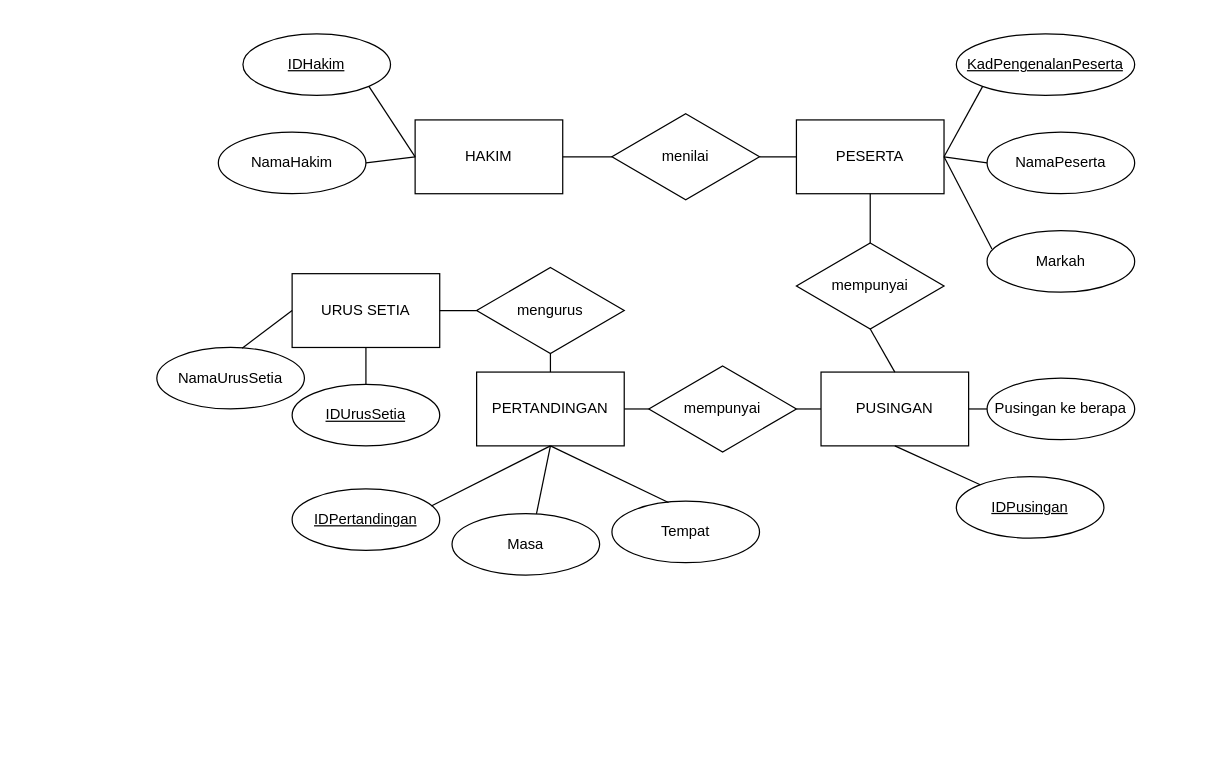
Above: page "Page-2" (2 of 2) of SKProject.drawio in EzraChai/py (draw.io), before the change. Source tidied: cells renumbered, new cells numbered last; positions are measured from the earlier drawing's top-left corner, leaving out a move shared by most shapes. Both pictures are drawn from the tidied source at 123%, with x=0, y=0 at pixel (156, 33).
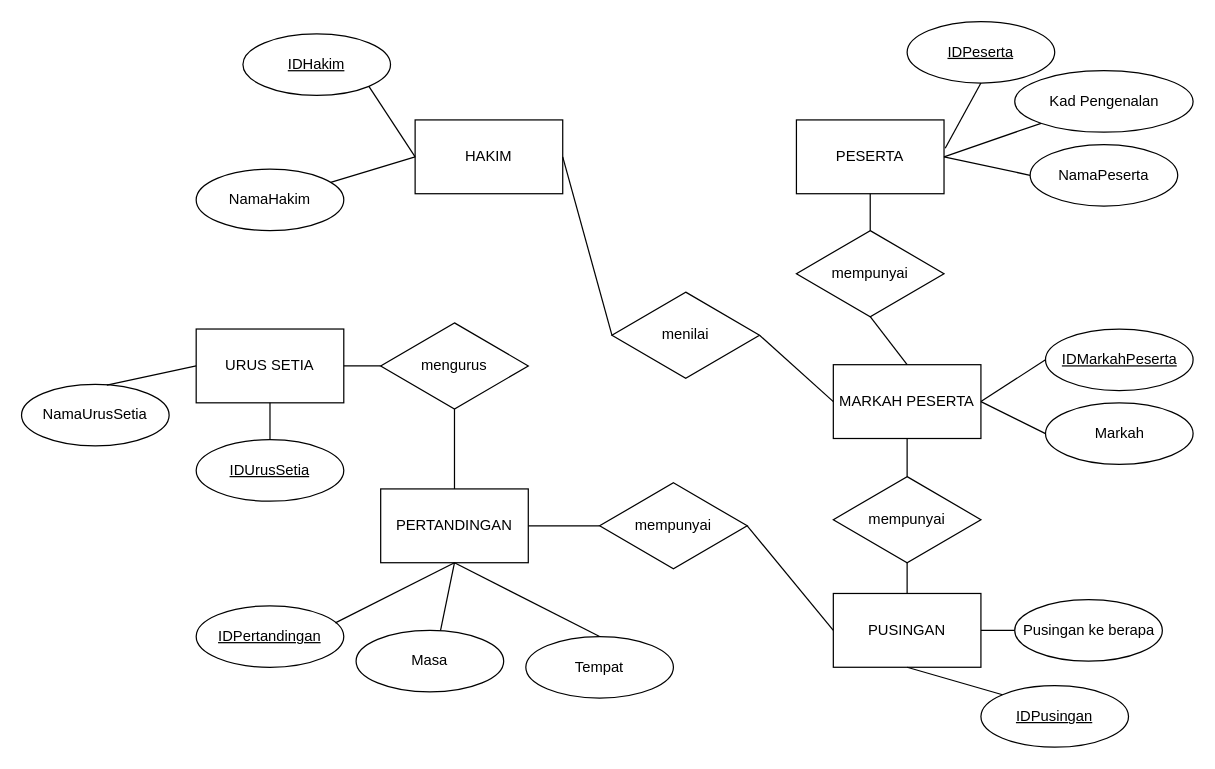
The same diagram, later.

The change refers to these unchanged cells:
```xml
<mxCell id="2" value="HAKIM" style="rounded=0;whiteSpace=wrap;html=1;" parent="1" vertex="1">
  <mxGeometry x="210" y="70" width="120" height="60" as="geometry" />
</mxCell>
<mxCell id="9" value="PESERTA" style="rounded=0;whiteSpace=wrap;html=1;" parent="1" vertex="1">
  <mxGeometry x="520" y="70" width="120" height="60" as="geometry" />
</mxCell>
```

The edit, as a diff of the source:
```diff
@@
     <mxCell id="3" value="menilai" style="rhombus;whiteSpace=wrap;html=1;" parent="1" vertex="1">
-      <mxGeometry x="370" y="65" width="120" height="70" as="geometry" />
+      <mxGeometry x="370" y="210" width="120" height="70" as="geometry" />
     </mxCell>
@@
     <mxCell id="6" value="&lt;div&gt;NamaHakim&lt;/div&gt;" style="ellipse;whiteSpace=wrap;html=1;" parent="1" vertex="1">
-      <mxGeometry x="50" y="80" width="120" height="50" as="geometry" />
+      <mxGeometry x="32" y="110" width="120" height="50" as="geometry" />
     </mxCell>
-    <mxCell id="7" style="endArrow=none;html=1;rounded=0;entryX=0;entryY=0.5;entryDx=0;entryDy=0;exitX=1;exitY=0.5;exitDx=0;exitDy=0;" parent="1" edge="1" source="6" target="2">
+    <mxCell id="7" style="endArrow=none;html=1;rounded=0;entryX=0;entryY=0.5;entryDx=0;entryDy=0;" parent="1" edge="1" source="6" target="2">
       <mxGeometry relative="1" as="geometry" />
     </mxCell>
@@
-    <mxCell id="10" style="endArrow=none;html=1;rounded=0;entryX=0;entryY=0.5;entryDx=0;entryDy=0;exitX=1;exitY=0.5;exitDx=0;exitDy=0;" parent="1" edge="1" source="3" target="9">
-      <mxGeometry relative="1" as="geometry" />
-    </mxCell>
-    <mxCell id="11" value="&lt;u&gt;KadPengenalanPeserta&lt;br&gt;&lt;/u&gt;" style="ellipse;whiteSpace=wrap;html=1;" parent="1" vertex="1">
-      <mxGeometry x="650" width="145" height="50" as="geometry" />
+    <mxCell id="11" value="Kad Pengenalan&lt;u&gt;&lt;br&gt;&lt;/u&gt;" style="ellipse;whiteSpace=wrap;html=1;" parent="1" vertex="1">
+      <mxGeometry x="697.5" y="30" width="145" height="50" as="geometry" />
     </mxCell>
@@
     <mxCell id="13" value="&lt;div&gt;NamaPeserta&lt;/div&gt;" style="ellipse;whiteSpace=wrap;html=1;" parent="1" vertex="1">
-      <mxGeometry x="675" y="80" width="120" height="50" as="geometry" />
+      <mxGeometry x="710" y="90" width="120" height="50" as="geometry" />
     </mxCell>
@@
     <mxCell id="15" value="PERTANDINGAN" style="rounded=0;whiteSpace=wrap;html=1;" parent="1" vertex="1">
-      <mxGeometry x="260" y="275" width="120" height="60" as="geometry" />
+      <mxGeometry x="182" y="370" width="120" height="60" as="geometry" />
     </mxCell>
     <mxCell id="16" value="PUSINGAN" style="rounded=0;whiteSpace=wrap;html=1;" parent="1" vertex="1">
-      <mxGeometry x="540" y="275" width="120" height="60" as="geometry" />
+      <mxGeometry x="550" y="455" width="120" height="60" as="geometry" />
     </mxCell>
@@
     <mxCell id="18" value="&lt;div&gt;mempunyai&lt;/div&gt;" style="rhombus;whiteSpace=wrap;html=1;" parent="1" vertex="1">
-      <mxGeometry x="400" y="270" width="120" height="70" as="geometry" />
+      <mxGeometry x="360" y="365" width="120" height="70" as="geometry" />
     </mxCell>
     <mxCell id="19" value="Masa" style="ellipse;whiteSpace=wrap;html=1;" parent="1" vertex="1">
-      <mxGeometry x="240" y="390" width="120" height="50" as="geometry" />
+      <mxGeometry x="162" y="485" width="120" height="50" as="geometry" />
     </mxCell>
     <mxCell id="20" value="&lt;u&gt;IDPertandingan&lt;/u&gt;" style="ellipse;whiteSpace=wrap;html=1;" parent="1" vertex="1">
-      <mxGeometry x="110" y="370" width="120" height="50" as="geometry" />
+      <mxGeometry x="32" y="465" width="120" height="50" as="geometry" />
     </mxCell>
     <mxCell id="21" value="&lt;div&gt;&lt;u&gt;IDPusingan&lt;/u&gt;&lt;/div&gt;" style="ellipse;whiteSpace=wrap;html=1;" parent="1" vertex="1">
-      <mxGeometry x="650" y="360" width="120" height="50" as="geometry" />
+      <mxGeometry x="670" y="530" width="120" height="50" as="geometry" />
     </mxCell>
@@
     <mxCell id="24" value="Tempat" style="ellipse;whiteSpace=wrap;html=1;" parent="1" vertex="1">
-      <mxGeometry x="370" y="380" width="120" height="50" as="geometry" />
+      <mxGeometry x="300" y="490" width="120" height="50" as="geometry" />
     </mxCell>
-    <mxCell id="25" style="endArrow=none;html=1;rounded=0;exitX=0.5;exitY=1;exitDx=0;exitDy=0;entryX=0.383;entryY=0.02;entryDx=0;entryDy=0;entryPerimeter=0;" parent="1" edge="1" source="15" target="24">
+    <mxCell id="25" style="endArrow=none;html=1;rounded=0;exitX=0.5;exitY=1;exitDx=0;exitDy=0;entryX=0.5;entryY=0;entryDx=0;entryDy=0;" parent="1" edge="1" source="15" target="24">
       <mxGeometry relative="1" as="geometry" />
     </mxCell>
-    <mxCell id="26" style="endArrow=none;html=1;rounded=0;exitX=0.5;exitY=1;exitDx=0;exitDy=0;" parent="1" edge="1" source="16" target="21">
+    <mxCell id="26" style="endArrow=none;html=1;rounded=0;exitX=0.5;exitY=1;exitDx=0;exitDy=0;entryX=0;entryY=0;entryDx=0;entryDy=0;" parent="1" edge="1" source="16" target="21">
       <mxGeometry relative="1" as="geometry" />
     </mxCell>
@@
     <mxCell id="28" value="&lt;div&gt;mempunyai&lt;/div&gt;" style="rhombus;whiteSpace=wrap;html=1;" parent="1" vertex="1">
-      <mxGeometry x="520" y="170" width="120" height="70" as="geometry" />
+      <mxGeometry x="550" y="360" width="120" height="70" as="geometry" />
     </mxCell>
@@
-    <mxCell id="30" style="endArrow=none;html=1;rounded=0;exitX=0.5;exitY=0;exitDx=0;exitDy=0;entryX=0.5;entryY=1;entryDx=0;entryDy=0;" parent="1" edge="1" source="28" target="9">
+    <mxCell id="30" style="endArrow=none;html=1;rounded=0;entryX=0.5;entryY=1;entryDx=0;entryDy=0;exitX=0.5;exitY=0;exitDx=0;exitDy=0;" parent="1" edge="1" source="47" target="9">
       <mxGeometry relative="1" as="geometry" />
     </mxCell>
-    <mxCell id="31" value="Markah" style="ellipse;whiteSpace=wrap;html=1;" parent="1" vertex="1">
-      <mxGeometry x="675" y="160" width="120" height="50" as="geometry" />
-    </mxCell>
-    <mxCell id="32" style="endArrow=none;html=1;rounded=0;entryX=0.033;entryY=0.3;entryDx=0;entryDy=0;exitX=1;exitY=0.5;exitDx=0;exitDy=0;entryPerimeter=0;" parent="1" edge="1" source="9" target="31">
-      <mxGeometry relative="1" as="geometry" />
-    </mxCell>
     <mxCell id="33" value="Pusingan ke berapa" style="ellipse;whiteSpace=wrap;html=1;" parent="1" vertex="1">
-      <mxGeometry x="675" y="280" width="120" height="50" as="geometry" />
+      <mxGeometry x="697.5" y="460" width="120" height="50" as="geometry" />
     </mxCell>
@@
     <mxCell id="35" value="URUS SETIA" style="rounded=0;whiteSpace=wrap;html=1;" parent="1" vertex="1">
-      <mxGeometry x="110" y="195" width="120" height="60" as="geometry" />
+      <mxGeometry x="32" y="240" width="120" height="60" as="geometry" />
     </mxCell>
     <mxCell id="36" value="mengurus" style="rhombus;whiteSpace=wrap;html=1;" parent="1" vertex="1">
-      <mxGeometry x="260" y="190" width="120" height="70" as="geometry" />
+      <mxGeometry x="182" y="235" width="120" height="70" as="geometry" />
     </mxCell>
@@
     <mxCell id="39" value="&lt;u&gt;IDUrusSetia&lt;/u&gt;" style="ellipse;whiteSpace=wrap;html=1;" parent="1" vertex="1">
-      <mxGeometry x="110" y="285" width="120" height="50" as="geometry" />
+      <mxGeometry x="32" y="330" width="120" height="50" as="geometry" />
     </mxCell>
@@
     <mxCell id="41" value="&lt;div&gt;NamaUrusSetia&lt;/div&gt;" style="ellipse;whiteSpace=wrap;html=1;" parent="1" vertex="1">
-      <mxGeometry y="255" width="120" height="50" as="geometry" />
+      <mxGeometry x="-110" y="285" width="120" height="50" as="geometry" />
     </mxCell>
@@
+    <mxCell id="43" value="&lt;div&gt;&lt;u&gt;IDPeserta&lt;/u&gt;&lt;/div&gt;" style="ellipse;whiteSpace=wrap;html=1;" parent="1" vertex="1">
+      <mxGeometry x="610" y="-10" width="120" height="50" as="geometry" />
+    </mxCell>
+    <mxCell id="44" style="edgeStyle=orthogonalEdgeStyle;rounded=0;orthogonalLoop=1;jettySize=auto;html=1;exitX=0.5;exitY=1;exitDx=0;exitDy=0;" parent="1" edge="1">
+      <mxGeometry relative="1" as="geometry">
+        <mxPoint x="677.5" y="30" as="sourcePoint" />
+        <mxPoint x="677.5" y="30" as="targetPoint" />
+      </mxGeometry>
+    </mxCell>
+    <mxCell id="45" style="endArrow=none;html=1;rounded=0;entryX=1.008;entryY=0.383;entryDx=0;entryDy=0;exitX=0.5;exitY=1;exitDx=0;exitDy=0;entryPerimeter=0;" parent="1" edge="1" source="43" target="9">
+      <mxGeometry relative="1" as="geometry" />
+    </mxCell>
+    <mxCell id="46" value="MARKAH PESERTA" style="rounded=0;whiteSpace=wrap;html=1;" parent="1" vertex="1">
+      <mxGeometry x="550" y="269" width="120" height="60" as="geometry" />
+    </mxCell>
+    <mxCell id="47" value="&lt;div&gt;mempunyai&lt;/div&gt;" style="rhombus;whiteSpace=wrap;html=1;" parent="1" vertex="1">
+      <mxGeometry x="520" y="160" width="120" height="70" as="geometry" />
+    </mxCell>
+    <mxCell id="48" style="endArrow=none;html=1;rounded=0;entryX=0.5;entryY=1;entryDx=0;entryDy=0;exitX=0.5;exitY=0;exitDx=0;exitDy=0;" parent="1" edge="1" source="46" target="47">
+      <mxGeometry relative="1" as="geometry" />
+    </mxCell>
+    <mxCell id="49" value="&lt;u&gt;IDMarkahPeserta&lt;/u&gt;" style="ellipse;whiteSpace=wrap;html=1;" parent="1" vertex="1">
+      <mxGeometry x="722.5" y="240" width="120" height="50" as="geometry" />
+    </mxCell>
+    <mxCell id="50" style="endArrow=none;html=1;rounded=0;entryX=1;entryY=0.5;entryDx=0;entryDy=0;exitX=0;exitY=0.5;exitDx=0;exitDy=0;" parent="1" edge="1" source="49" target="46">
+      <mxGeometry relative="1" as="geometry" />
+    </mxCell>
+    <mxCell id="51" style="endArrow=none;html=1;rounded=0;entryX=0;entryY=0.5;entryDx=0;entryDy=0;exitX=1;exitY=0.5;exitDx=0;exitDy=0;" parent="1" edge="1" source="3" target="46">
+      <mxGeometry relative="1" as="geometry" />
+    </mxCell>
+    <mxCell id="31" value="Markah" style="ellipse;whiteSpace=wrap;html=1;" parent="1" vertex="1">
+      <mxGeometry x="722.5" y="300" width="120" height="50" as="geometry" />
+    </mxCell>
+    <mxCell id="52" style="endArrow=none;html=1;rounded=0;entryX=1;entryY=0.5;entryDx=0;entryDy=0;exitX=0;exitY=0.5;exitDx=0;exitDy=0;" parent="1" edge="1" source="31" target="46">
+      <mxGeometry relative="1" as="geometry" />
+    </mxCell>
+    <mxCell id="53" style="endArrow=none;html=1;rounded=0;exitX=0.5;exitY=1;exitDx=0;exitDy=0;entryX=0.5;entryY=0;entryDx=0;entryDy=0;" parent="1" edge="1" source="46" target="28">
+      <mxGeometry relative="1" as="geometry" />
+    </mxCell>
```
